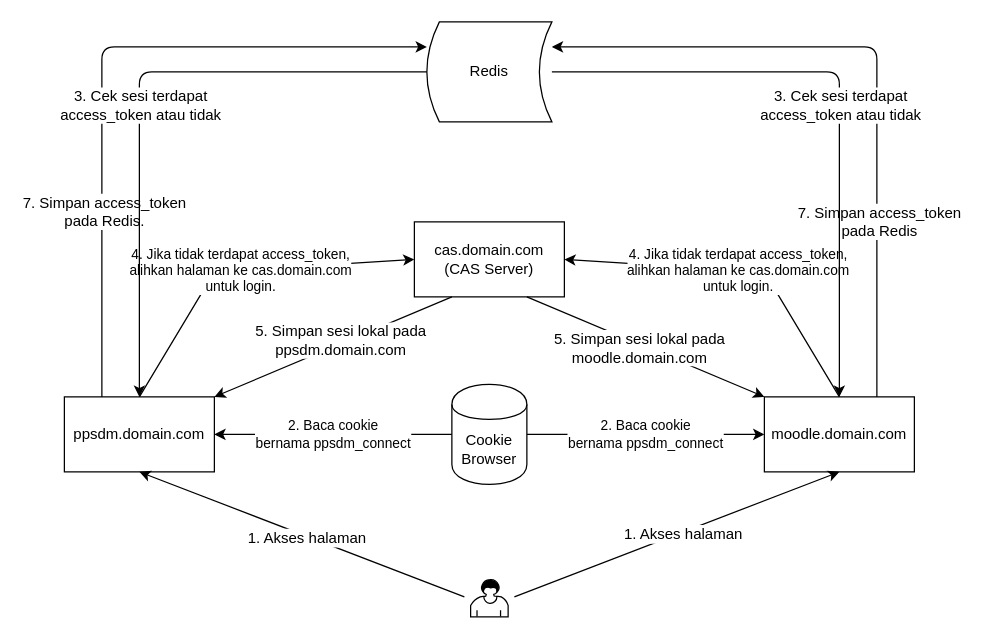
nmfzone/Learning keeps this draw.io diagram as Untitled Diagram.drawio. Above is the earlier version. Source tidied: cells renumbered, new cells numbered last; positions are measured from the earlier drawing's top-left corner, leaving out a move shared by most shapes. Both pictures are drawn from the tidied source at 125%, with x=0, y=0 at pixel (64, 21).
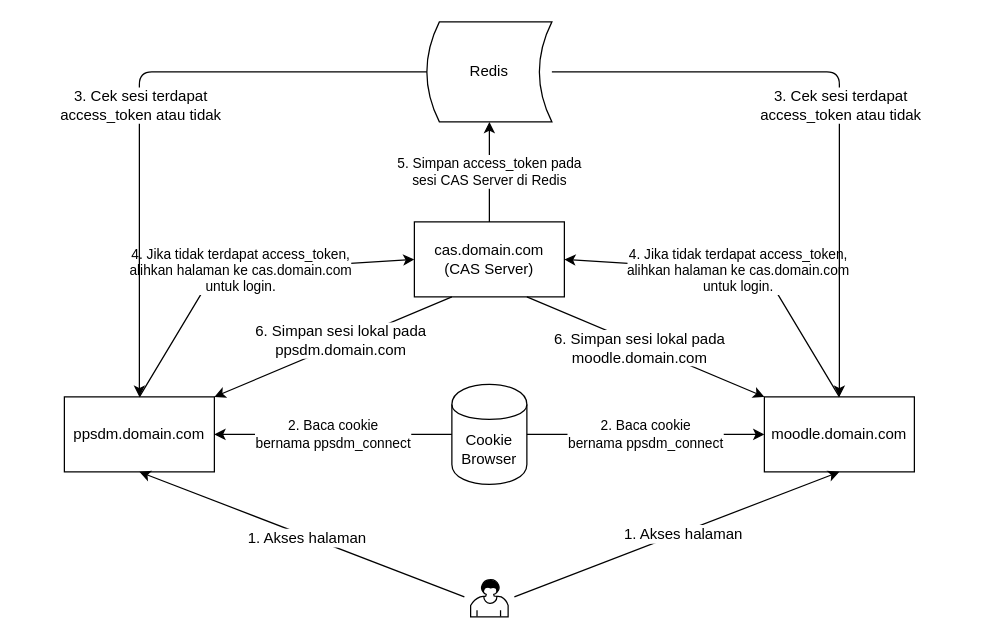
Above is the later version.

Unchanged cells that the change refers to:
```xml
<mxCell id="3" value="ppsdm.domain.com" style="rounded=0;whiteSpace=wrap;html=1;" parent="1" vertex="1">
  <mxGeometry y="300" width="120" height="60" as="geometry" />
</mxCell>
<mxCell id="4" value="moodle.domain.com" style="rounded=0;whiteSpace=wrap;html=1;" parent="1" vertex="1">
  <mxGeometry x="560" y="300" width="120" height="60" as="geometry" />
</mxCell>
<mxCell id="5" value="cas.domain.com&lt;br&gt;(CAS Server)" style="rounded=0;whiteSpace=wrap;html=1;" parent="1" vertex="1">
  <mxGeometry x="280" y="160" width="120" height="60" as="geometry" />
</mxCell>
<mxCell id="11" value="Redis" style="shape=dataStorage;whiteSpace=wrap;html=1;" parent="1" vertex="1">
  <mxGeometry x="290" width="100" height="80" as="geometry" />
</mxCell>
<mxCell id="16" style="endArrow=classic;html=1;exitX=0.25;exitY=1;exitDx=0;exitDy=0;entryX=1;entryY=0;entryDx=0;entryDy=0;" parent="1" edge="1" source="5" target="3">
  <mxGeometry relative="1" as="geometry" />
</mxCell>
<mxCell id="18" style="endArrow=classic;html=1;exitX=0.75;exitY=1;exitDx=0;exitDy=0;entryX=0;entryY=0;entryDx=0;entryDy=0;" parent="1" edge="1" source="5" target="4">
  <mxGeometry relative="1" as="geometry" />
</mxCell>
```

Change to the diagram source:
```diff
@@
+    <mxCell id="28" value="5. Simpan access_token pada&lt;br&gt;sesi CAS Server di Redis" style="endArrow=classic;html=1;exitX=0.5;exitY=0;exitDx=0;exitDy=0;entryX=0.5;entryY=1;entryDx=0;entryDy=0;" parent="1" edge="1" source="5" target="11">
+      <mxGeometry relative="1" as="geometry" />
+    </mxCell>
@@
-    <mxCell id="17" value="5. Simpan sesi lokal pada&lt;br&gt;ppsdm.domain.com" style="text;html=1;align=center;verticalAlign=middle;labelBackgroundColor=#ffffff;" parent="16" vertex="1">
+    <mxCell id="17" value="6. Simpan sesi lokal pada&lt;br&gt;ppsdm.domain.com" style="text;html=1;align=center;verticalAlign=middle;labelBackgroundColor=#ffffff;" parent="16" vertex="1">
       <mxGeometry x="-0.06" y="-3" relative="1" as="geometry">
         <mxPoint x="1" as="offset" />
       </mxGeometry>
     </mxCell>
@@
-    <mxCell id="19" value="5. Simpan sesi lokal pada&lt;br&gt;moodle.domain.com" style="text;html=1;align=center;verticalAlign=middle;labelBackgroundColor=#ffffff;" parent="18" vertex="1">
+    <mxCell id="19" value="6. Simpan sesi lokal pada&lt;br&gt;moodle.domain.com" style="text;html=1;align=center;verticalAlign=middle;labelBackgroundColor=#ffffff;" parent="18" vertex="1">
       <mxGeometry x="-0.06" y="-3" relative="1" as="geometry">
         <mxPoint x="1" as="offset" />
       </mxGeometry>
     </mxCell>
-    <mxCell id="20" style="endArrow=classic;html=1;exitX=0.75;exitY=0;exitDx=0;exitDy=0;entryX=1;entryY=0.25;entryDx=0;entryDy=0;" parent="1" edge="1" source="4" target="11">
-      <mxGeometry relative="1" as="geometry">
-        <Array as="points">
-          <mxPoint x="650" y="20" />
-        </Array>
-      </mxGeometry>
-    </mxCell>
-    <mxCell id="21" value="7. Simpan access_token&lt;br&gt;pada Redis" style="text;html=1;align=center;verticalAlign=middle;labelBackgroundColor=#ffffff;" parent="20" vertex="1">
-      <mxGeometry x="-0.38" y="-1" relative="1" as="geometry">
-        <mxPoint y="26" as="offset" />
-      </mxGeometry>
-    </mxCell>
-    <mxCell id="22" style="endArrow=classic;html=1;exitX=0.25;exitY=0;exitDx=0;exitDy=0;entryX=0;entryY=0.25;entryDx=0;entryDy=0;" parent="1" edge="1" source="3" target="11">
-      <mxGeometry relative="1" as="geometry">
-        <Array as="points">
-          <mxPoint x="30" y="20" />
-        </Array>
-      </mxGeometry>
-    </mxCell>
-    <mxCell id="23" value="7. Simpan access_token&lt;br&gt;pada Redis." style="text;html=1;align=center;verticalAlign=middle;labelBackgroundColor=#ffffff;" parent="22" vertex="1">
-      <mxGeometry x="-0.45" y="-1" relative="1" as="geometry" />
-    </mxCell>
```
